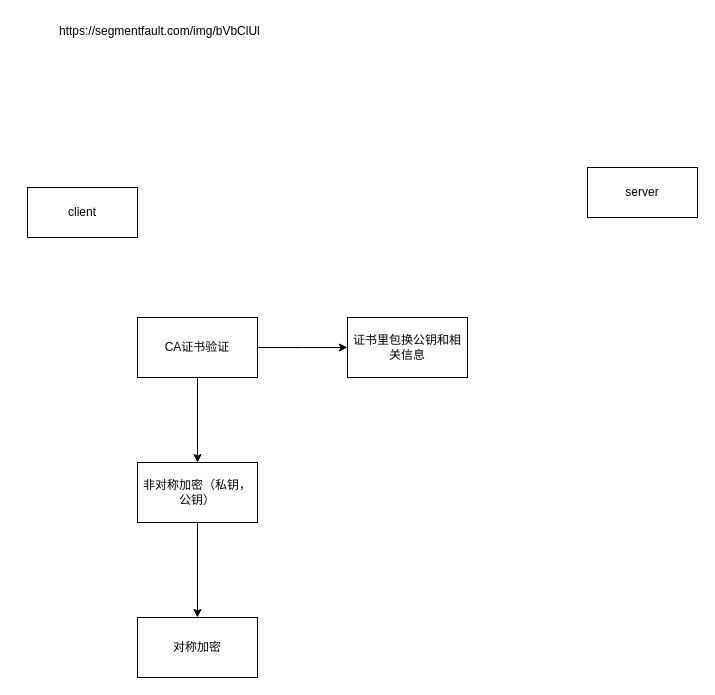
w1041660542/draw.io keeps this draw.io diagram as https.drawio. Above is the earlier version. Source tidied: cells renumbered, new cells numbered last; positions are measured from the earlier drawing's top-left corner, leaving out a move shared by most shapes. Both pictures are drawn from the tidied source at 100%, with x=0, y=0 at pixel (27, 17).
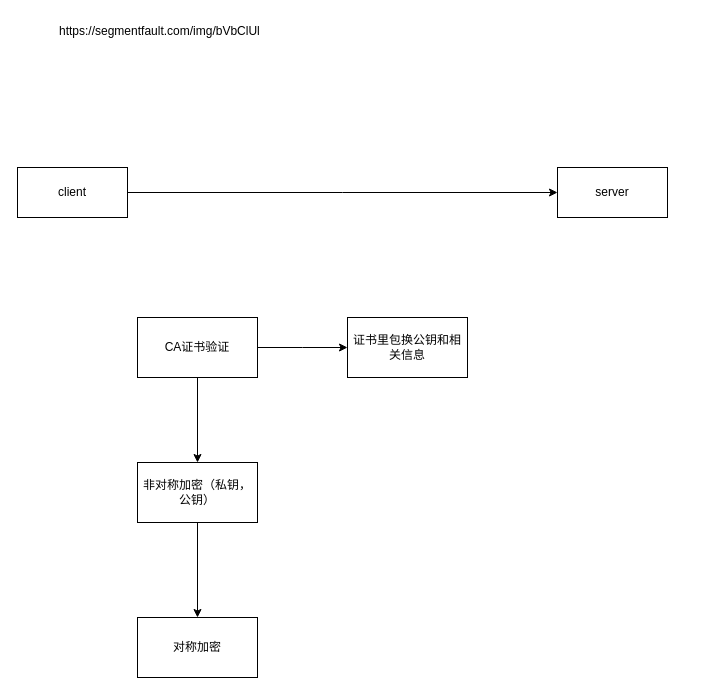
The same page after the edit.

Change to the diagram source:
```diff
@@
 <mxGraphModel>
   <root>
     <mxCell id="0" />
     <mxCell id="1" parent="0" />
+    <mxCell id="12" style="edgeStyle=orthogonalEdgeStyle;rounded=0;jettySize=auto;html=1;" parent="1" edge="1" source="2">
+      <mxGeometry relative="1" as="geometry">
+        <mxPoint x="530" y="175" as="targetPoint" />
+      </mxGeometry>
+    </mxCell>
     <mxCell id="2" value="client" style="rounded=0;whiteSpace=wrap;html=1;" parent="1" vertex="1">
-      <mxGeometry y="170" width="110" height="50" as="geometry" />
+      <mxGeometry x="-10" y="150" width="110" height="50" as="geometry" />
     </mxCell>
     <mxCell id="3" value="server" style="rounded=0;whiteSpace=wrap;html=1;" parent="1" vertex="1">
-      <mxGeometry x="560" y="150" width="110" height="50" as="geometry" />
+      <mxGeometry x="530" y="150" width="110" height="50" as="geometry" />
     </mxCell>
     <mxCell id="4" value="https://segmentfault.com/img/bVbClUl" style="text;whiteSpace=wrap;html=1;" parent="1" vertex="1">
       <mxGeometry x="30" width="230" height="40" as="geometry" />
     </mxCell>
     <mxCell id="5" style="edgeStyle=orthogonalEdgeStyle;rounded=0;jettySize=auto;html=1;" parent="1" edge="1" source="7" target="9">
       <mxGeometry relative="1" as="geometry" />
     </mxCell>
     <mxCell id="6" style="edgeStyle=orthogonalEdgeStyle;rounded=0;jettySize=auto;html=1;" parent="1" edge="1" source="7">
       <mxGeometry relative="1" as="geometry">
         <mxPoint x="320" y="330" as="targetPoint" />
       </mxGeometry>
     </mxCell>
     <mxCell id="7" value="CA证书验证" style="rounded=0;whiteSpace=wrap;html=1;" parent="1" vertex="1">
       <mxGeometry x="110" y="300" width="120" height="60" as="geometry" />
     </mxCell>
     <mxCell id="8" style="edgeStyle=orthogonalEdgeStyle;rounded=0;jettySize=auto;html=1;" parent="1" edge="1" source="9">
       <mxGeometry relative="1" as="geometry">
         <mxPoint x="170" y="600" as="targetPoint" />
       </mxGeometry>
     </mxCell>
     <mxCell id="9" value="非对称加密（私钥，公钥）" style="rounded=0;whiteSpace=wrap;html=1;" parent="1" vertex="1">
       <mxGeometry x="110" y="445" width="120" height="60" as="geometry" />
     </mxCell>
     <mxCell id="10" value="证书里包换公钥和相关信息" style="rounded=0;whiteSpace=wrap;html=1;" parent="1" vertex="1">
       <mxGeometry x="320" y="300" width="120" height="60" as="geometry" />
     </mxCell>
     <mxCell id="11" value="对称加密" style="rounded=0;whiteSpace=wrap;html=1;" parent="1" vertex="1">
       <mxGeometry x="110" y="600" width="120" height="60" as="geometry" />
     </mxCell>
   </root>
 </mxGraphModel>
```
